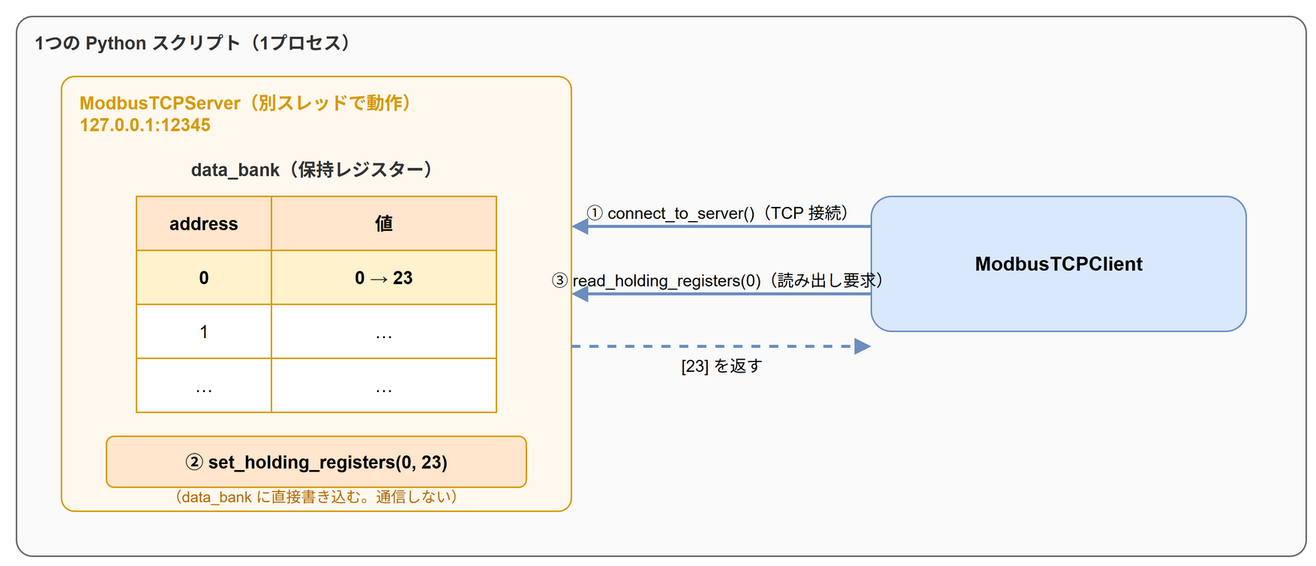
Above: images/articles/python-pymodbustcp/modbus-server-client.drawio.png in aew2sbee/zenn (draw.io), before the change. Source tidied: cells renumbered, new cells last; positions are measured from the earlier drawing's top-left corner, leaving out a move shared by most shapes.
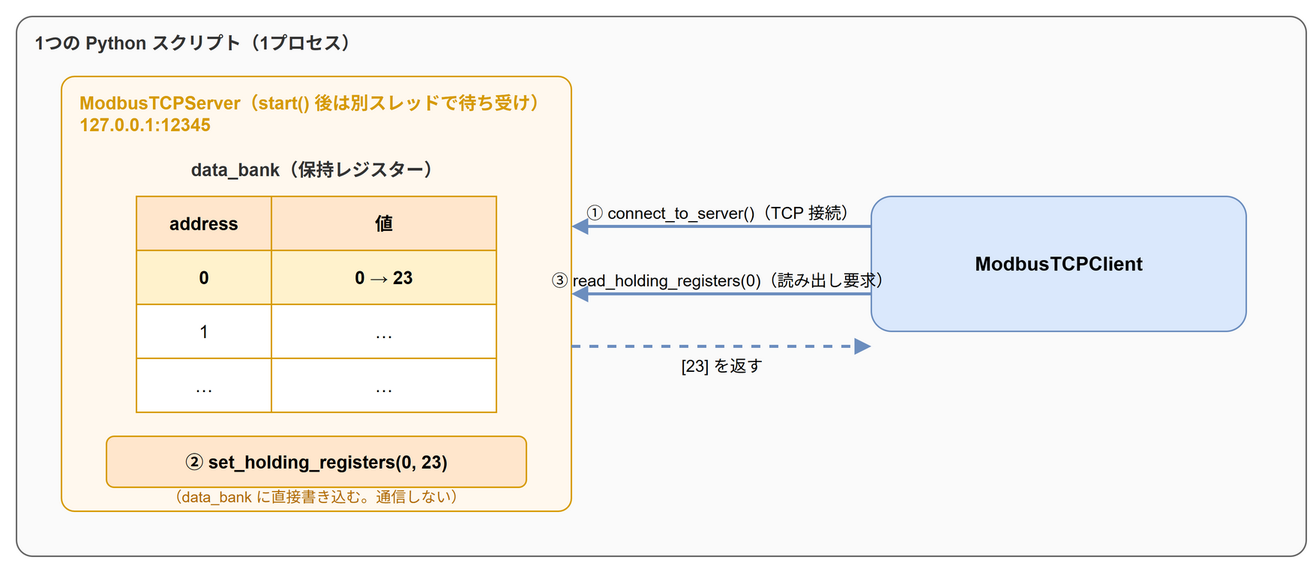
The same file after the commit.

Commit message:
docs: pyModbusTCPの図と代替テキストをレビュー指摘に合わせて修正

Diff of the diagram source:
```diff
@@ -5,7 +5,7 @@
     <mxCell id="2" value="1つの Python スクリプト（1プロセス）" style="rounded=1;whiteSpace=wrap;html=1;fillColor=#fafafa;strokeColor=#666666;verticalAlign=top;align=left;spacingLeft=10;spacingTop=4;spacingBottom=4;fontStyle=1;fontSize=12;fontColor=#333333;arcSize=3;" parent="1" vertex="1">
       <mxGeometry width="860" height="360" as="geometry" />
     </mxCell>
-    <mxCell id="3" value="ModbusTCPServer（別スレッドで動作）&lt;br&gt;127.0.0.1:12345" style="rounded=1;whiteSpace=wrap;html=1;fillColor=#fff8ee;strokeColor=#d79b00;verticalAlign=top;align=left;spacingLeft=10;spacingTop=4;spacingBottom=4;fontStyle=1;fontSize=12;fontColor=#d79b00;arcSize=3;" parent="1" vertex="1">
+    <mxCell id="3" value="ModbusTCPServer（start() 後は別スレッドで待ち受け）&lt;br&gt;127.0.0.1:12345" style="rounded=1;whiteSpace=wrap;html=1;fillColor=#fff8ee;strokeColor=#d79b00;verticalAlign=top;align=left;spacingLeft=10;spacingTop=4;spacingBottom=4;fontStyle=1;fontSize=12;fontColor=#d79b00;arcSize=3;" parent="1" vertex="1">
       <mxGeometry x="30" y="40" width="340" height="290" as="geometry" />
     </mxCell>
     <mxCell id="4" value="data_bank（保持レジスター）" style="text;html=1;whiteSpace=wrap;align=center;verticalAlign=middle;fontSize=12;fontColor=#333333;fontStyle=1;" parent="1" vertex="1">
```
